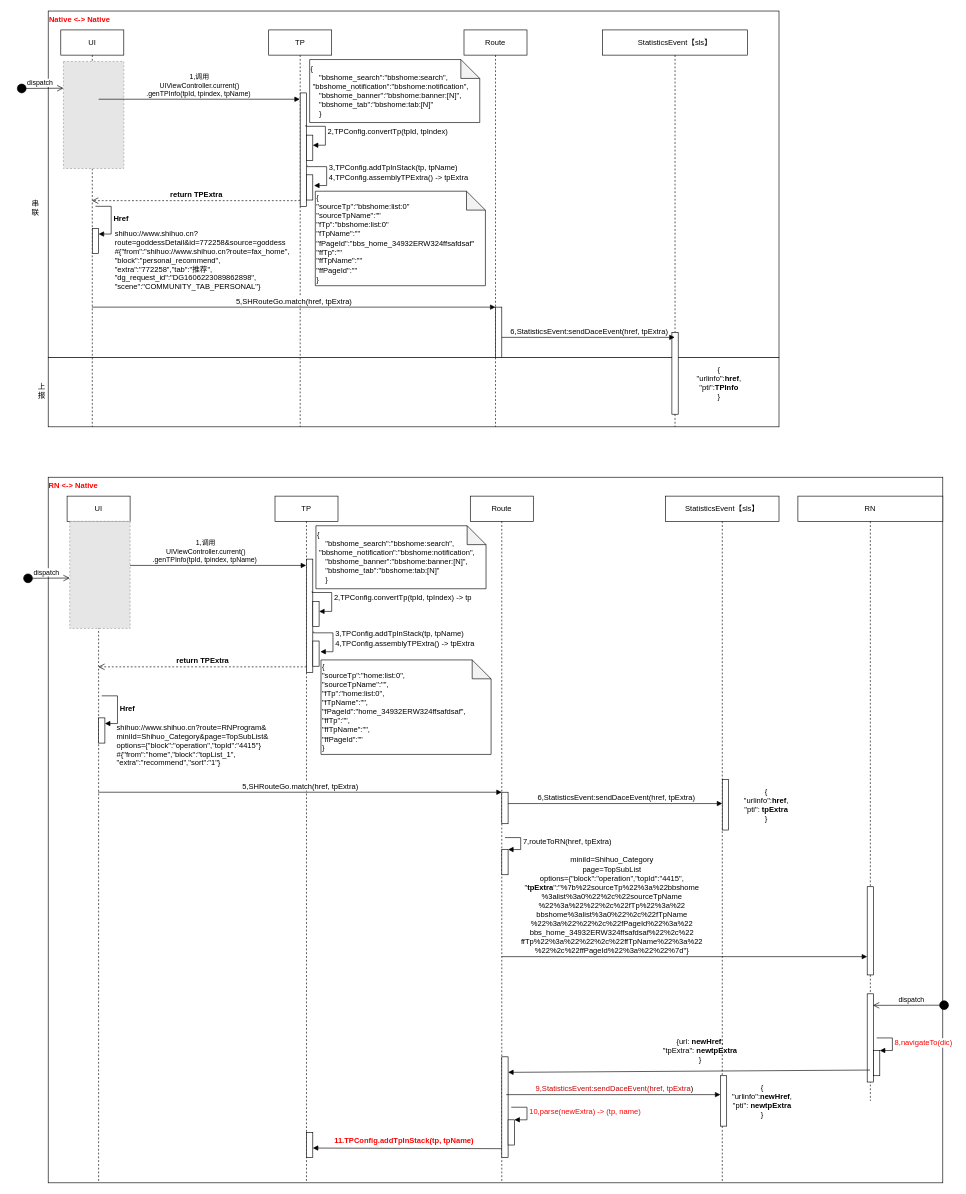
Before: 端上埋点方案V2.drawio in aiquantong/Hero, a draw.io diagram. Source tidied: cells renumbered, new cells numbered last; positions are measured from the earlier drawing's top-left corner, leaving out a move shared by most shapes. Both pictures are drawn from the tidied source at 63%, with x=0, y=0 at pixel (16, 11). Pictures stored in the file or linked from it are replaced by grey dashed boxes.
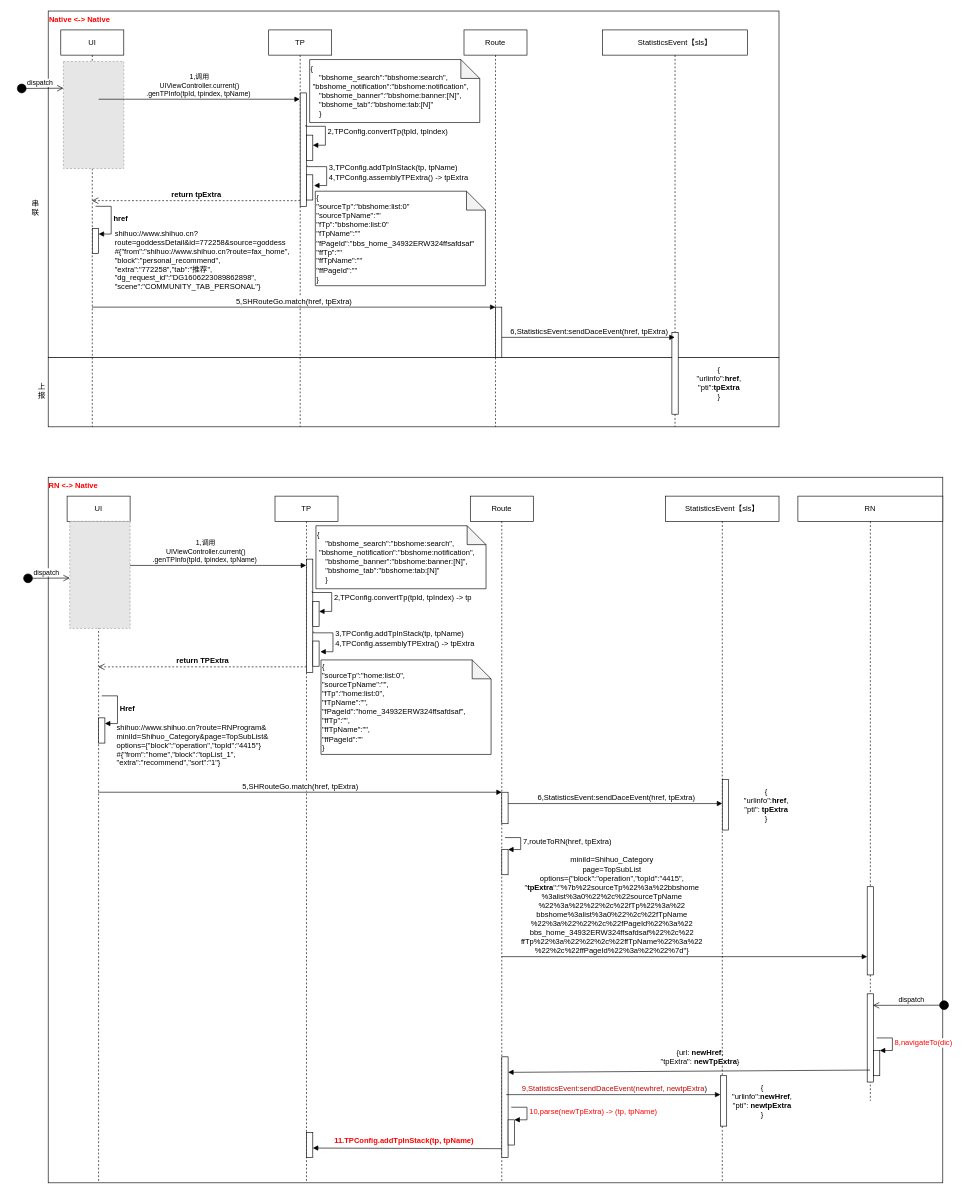
Above is the later version.

Commit message:
Update 端上埋点方案V2.drawio

Unchanged cells that the change refers to:
```xml
<mxCell id="6" value="UI" style="shape=umlLifeline;perimeter=lifelinePerimeter;whiteSpace=wrap;html=1;outlineConnect=0;" parent="1" vertex="1">
  <mxGeometry x="70" y="30" width="100" height="630" as="geometry" />
</mxCell>
<mxCell id="12" style="html=1;points=[];perimeter=orthogonalPerimeter;fontSize=12;" parent="11" vertex="1">
  <mxGeometry x="50" y="100" width="10" height="180" as="geometry" />
</mxCell>
<mxCell id="42" value="Route" style="shape=umlLifeline;perimeter=lifelinePerimeter;whiteSpace=wrap;html=1;" parent="1" vertex="1">
  <mxGeometry x="720" y="770" width="100" height="1090" as="geometry" />
</mxCell>
<mxCell id="47" style="html=1;points=[];perimeter=orthogonalPerimeter;fontSize=12;fontColor=#FF0000;align=left;" parent="42" vertex="1">
  <mxGeometry x="60" y="990" width="10" height="40" as="geometry" />
</mxCell>
```

What changed in the source:
```diff
@@
-    <mxCell id="8" value="&lt;b&gt;Href&lt;/b&gt;" style="edgeStyle=orthogonalEdgeStyle;html=1;align=left;spacingLeft=2;endArrow=block;rounded=0;entryX=1;entryY=0;fontSize=12;" parent="6" edge="1">
+    <mxCell id="8" value="&lt;b&gt;href&lt;/b&gt;" style="edgeStyle=orthogonalEdgeStyle;html=1;align=left;spacingLeft=2;endArrow=block;rounded=0;entryX=1;entryY=0;fontSize=12;" parent="6" edge="1">
       <mxGeometry relative="1" as="geometry">
         <mxPoint x="55" y="280" as="sourcePoint" />
         <mxPoint x="60" y="324" as="targetPoint" />
         <Array as="points">
           <mxPoint x="55" y="280" />
           <mxPoint x="80" y="280" />
           <mxPoint x="80" y="324" />
         </Array>
       </mxGeometry>
     </mxCell>
@@
-    <mxCell id="17" value="&lt;b&gt;return TPExtra&lt;/b&gt;" style="html=1;verticalAlign=bottom;endArrow=open;dashed=1;endSize=8;exitX=0;exitY=0.95;fontSize=12;" parent="1" edge="1" source="12" target="6">
+    <mxCell id="17" value="&lt;b&gt;return tpExtra&lt;/b&gt;" style="html=1;verticalAlign=bottom;endArrow=open;dashed=1;endSize=8;exitX=0;exitY=0.95;fontSize=12;" parent="1" edge="1" source="12" target="6">
       <mxGeometry relative="1" as="geometry" />
     </mxCell>
@@
-    <mxCell id="25" value="{&lt;br&gt;&quot;urlinfo&quot;:&lt;b&gt;href&lt;/b&gt;,&lt;br&gt;&quot;pti&quot;:&lt;b&gt;TPInfo&lt;/b&gt;&lt;br&gt;}" style="text;html=1;strokeColor=none;fillColor=none;align=center;verticalAlign=middle;whiteSpace=wrap;rounded=0;fontSize=12;" parent="1" vertex="1">
+    <mxCell id="25" value="{&lt;br&gt;&quot;urlinfo&quot;:&lt;b&gt;href&lt;/b&gt;,&lt;br&gt;&quot;pti&quot;:&lt;b&gt;tpExtra&lt;/b&gt;&lt;br&gt;}" style="text;html=1;strokeColor=none;fillColor=none;align=center;verticalAlign=middle;whiteSpace=wrap;rounded=0;fontSize=12;" parent="1" vertex="1">
       <mxGeometry x="1050" y="560" width="130" height="60" as="geometry" />
     </mxCell>
@@
-    <mxCell id="48" value="10,parse(newExtra) -&amp;gt; (tp, name)" style="edgeStyle=orthogonalEdgeStyle;html=1;align=left;spacingLeft=2;endArrow=block;rounded=0;entryX=1;entryY=0;fontSize=12;fontColor=#FF0000;" parent="42" edge="1" target="47">
+    <mxCell id="48" value="10,parse(newTpExtra) -&amp;gt; (tp, tpName)" style="edgeStyle=orthogonalEdgeStyle;html=1;align=left;spacingLeft=2;endArrow=block;rounded=0;entryX=1;entryY=0;fontSize=12;fontColor=#FF0000;" parent="42" edge="1" target="47">
       <mxGeometry relative="1" as="geometry">
         <mxPoint x="65" y="970" as="sourcePoint" />
         <Array as="points">
           <mxPoint x="90" y="970" />
         </Array>
       </mxGeometry>
     </mxCell>
@@
-    <mxCell id="68" value="&lt;span style=&quot;text-align: left&quot;&gt;{url: &lt;b&gt;newHref&lt;/b&gt;&lt;/span&gt;&lt;span style=&quot;text-align: left&quot;&gt;,&lt;br&gt;&quot;tpExtra&quot;: &lt;b&gt;newtpExtra&lt;/b&gt;&lt;/span&gt;&lt;span style=&quot;text-align: left&quot;&gt;&lt;br&gt;}&lt;/span&gt;" style="text;html=1;strokeColor=none;fillColor=none;align=center;verticalAlign=middle;whiteSpace=wrap;rounded=0;fontSize=12;" parent="1" vertex="1">
-      <mxGeometry x="850" y="1620" width="470" height="60" as="geometry" />
+    <mxCell id="68" value="&lt;span style=&quot;text-align: left&quot;&gt;{url: &lt;b&gt;newHref&lt;/b&gt;&lt;/span&gt;&lt;span style=&quot;text-align: left&quot;&gt;,&lt;br&gt;&quot;tpExtra&quot;: &lt;b&gt;newTpExtra&lt;/b&gt;&lt;/span&gt;&lt;span style=&quot;text-align: left&quot;&gt;}&lt;/span&gt;" style="text;html=1;strokeColor=none;fillColor=none;align=center;verticalAlign=middle;whiteSpace=wrap;rounded=0;fontSize=12;" parent="1" vertex="1">
+      <mxGeometry x="850" y="1640" width="470" height="40" as="geometry" />
     </mxCell>
@@
-    <mxCell id="73" value="&amp;nbsp;&lt;font color=&quot;#cc0000&quot;&gt;9,StatisticsEvent:sendDaceEvent(href, tpExtra&lt;/font&gt;)" style="html=1;verticalAlign=bottom;endArrow=block;fontSize=12;" parent="1" edge="1">
+    <mxCell id="73" value="&amp;nbsp;&lt;font color=&quot;#cc0000&quot;&gt;9,StatisticsEvent:sendDaceEvent(newhref, newtpExtra&lt;/font&gt;)" style="html=1;verticalAlign=bottom;endArrow=block;fontSize=12;" parent="1" edge="1">
       <mxGeometry relative="1" as="geometry">
         <mxPoint x="777" y="1720" as="sourcePoint" />
         <mxPoint x="1117" y="1720" as="targetPoint" />
       </mxGeometry>
     </mxCell>
```
